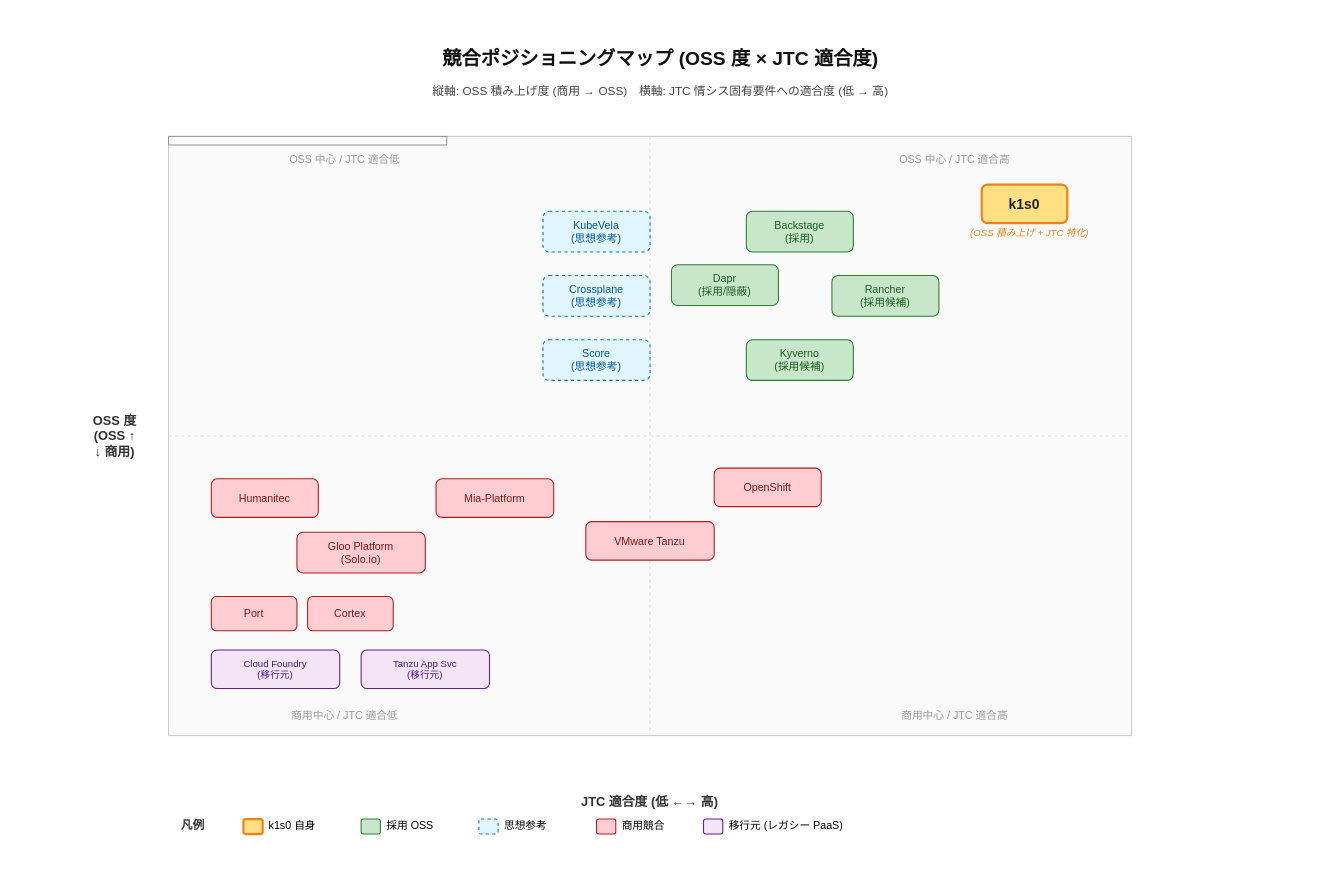
The draw.io diagram docs/01_企画/02_競合と差別化/img/競合ポジショニングマップ.drawio in RyuheiKiso/k1s0, before the edit. Source tidied: cells renumbered, new cells numbered last; positions are measured from the earlier drawing's top-left corner, leaving out a move shared by most shapes. Both pictures are drawn from the tidied source at 107%, with x=0, y=0 at pixel (18, 18).
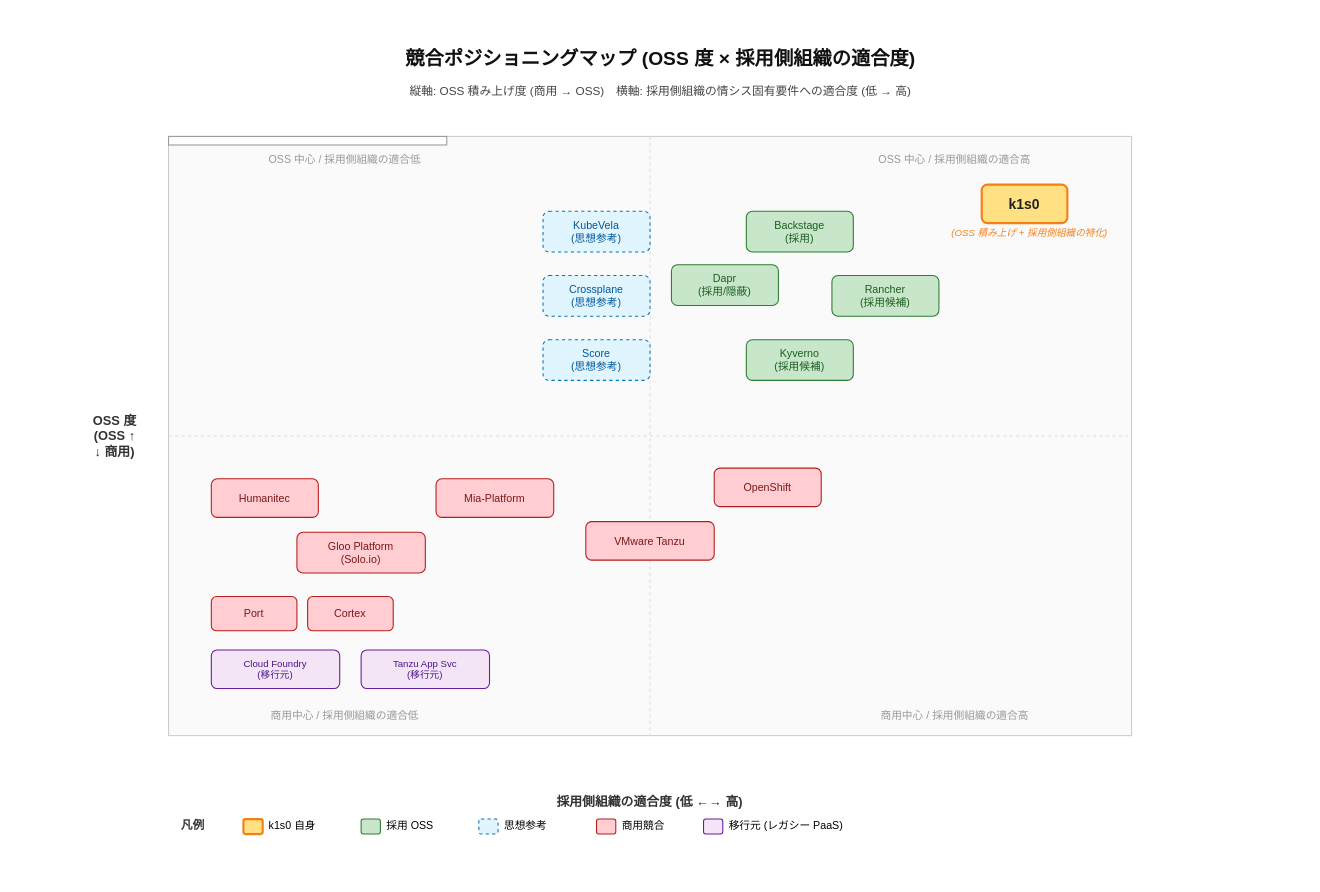
After the change.

What changed in the source:
```diff
@@
-    <mxCell id="3" value="競合ポジショニングマップ (OSS 度 × JTC 適合度)" style="text;html=1;strokeColor=none;fillColor=none;align=center;verticalAlign=middle;whiteSpace=wrap;rounded=0;fontSize=18;fontStyle=1;fontColor=#111111;" parent="1" vertex="1">
+    <mxCell id="3" value="競合ポジショニングマップ (OSS 度 × 採用側組織の適合度)" style="text;html=1;strokeColor=none;fillColor=none;align=center;verticalAlign=middle;whiteSpace=wrap;rounded=0;fontSize=18;fontStyle=1;fontColor=#111111;" parent="1" vertex="1">
       <mxGeometry x="200" y="20" width="800" height="36" as="geometry" />
     </mxCell>
-    <mxCell id="4" value="縦軸: OSS 積み上げ度 (商用 → OSS)　横軸: JTC 情シス固有要件への適合度 (低 → 高)" style="text;html=1;strokeColor=none;fillColor=none;align=center;verticalAlign=middle;whiteSpace=wrap;rounded=0;fontSize=11;fontColor=#444444;" parent="1" vertex="1">
+    <mxCell id="4" value="縦軸: OSS 積み上げ度 (商用 → OSS)　横軸: 採用側組織の情シス固有要件への適合度 (低 → 高)" style="text;html=1;strokeColor=none;fillColor=none;align=center;verticalAlign=middle;whiteSpace=wrap;rounded=0;fontSize=11;fontColor=#444444;" parent="1" vertex="1">
       <mxGeometry x="150" y="56" width="900" height="24" as="geometry" />
     </mxCell>
@@
-    <mxCell id="8" value="OSS 中心 / JTC 適合高" style="text;html=1;strokeColor=none;fillColor=none;align=center;verticalAlign=middle;whiteSpace=wrap;rounded=0;fontSize=10;fontColor=#999999;" parent="1" vertex="1">
+    <mxCell id="8" value="OSS 中心 / 採用側組織の適合高" style="text;html=1;strokeColor=none;fillColor=none;align=center;verticalAlign=middle;whiteSpace=wrap;rounded=0;fontSize=10;fontColor=#999999;" parent="1" vertex="1">
       <mxGeometry x="760" y="120" width="230" height="22" as="geometry" />
     </mxCell>
-    <mxCell id="9" value="OSS 中心 / JTC 適合低" style="text;html=1;strokeColor=none;fillColor=none;align=center;verticalAlign=middle;whiteSpace=wrap;rounded=0;fontSize=10;fontColor=#999999;" parent="1" vertex="1">
+    <mxCell id="9" value="OSS 中心 / 採用側組織の適合低" style="text;html=1;strokeColor=none;fillColor=none;align=center;verticalAlign=middle;whiteSpace=wrap;rounded=0;fontSize=10;fontColor=#999999;" parent="1" vertex="1">
       <mxGeometry x="190" y="120" width="230" height="22" as="geometry" />
     </mxCell>
-    <mxCell id="10" value="商用中心 / JTC 適合高" style="text;html=1;strokeColor=none;fillColor=none;align=center;verticalAlign=middle;whiteSpace=wrap;rounded=0;fontSize=10;fontColor=#999999;" parent="1" vertex="1">
+    <mxCell id="10" value="商用中心 / 採用側組織の適合高" style="text;html=1;strokeColor=none;fillColor=none;align=center;verticalAlign=middle;whiteSpace=wrap;rounded=0;fontSize=10;fontColor=#999999;" parent="1" vertex="1">
       <mxGeometry x="760" y="640" width="230" height="22" as="geometry" />
     </mxCell>
-    <mxCell id="11" value="商用中心 / JTC 適合低" style="text;html=1;strokeColor=none;fillColor=none;align=center;verticalAlign=middle;whiteSpace=wrap;rounded=0;fontSize=10;fontColor=#999999;" parent="1" vertex="1">
+    <mxCell id="11" value="商用中心 / 採用側組織の適合低" style="text;html=1;strokeColor=none;fillColor=none;align=center;verticalAlign=middle;whiteSpace=wrap;rounded=0;fontSize=10;fontColor=#999999;" parent="1" vertex="1">
       <mxGeometry x="190" y="640" width="230" height="22" as="geometry" />
     </mxCell>
-    <mxCell id="12" value="JTC 適合度 (低 ←→ 高)" style="text;html=1;strokeColor=none;fillColor=none;align=center;verticalAlign=middle;whiteSpace=wrap;rounded=0;fontSize=12;fontStyle=1;fontColor=#333333;" parent="1" vertex="1">
+    <mxCell id="12" value="採用側組織の適合度 (低 ←→ 高)" style="text;html=1;strokeColor=none;fillColor=none;align=center;verticalAlign=middle;whiteSpace=wrap;rounded=0;fontSize=12;fontStyle=1;fontColor=#333333;" parent="1" vertex="1">
       <mxGeometry x="430" y="720" width="320" height="24" as="geometry" />
     </mxCell>
@@
-    <mxCell id="15" value="(OSS 積み上げ + JTC 特化)" style="text;html=1;strokeColor=none;fillColor=none;align=center;verticalAlign=middle;whiteSpace=wrap;rounded=0;fontSize=9;fontColor=#F57F17;fontStyle=2;" parent="1" vertex="1">
+    <mxCell id="15" value="(OSS 積み上げ + 採用側組織の特化)" style="text;html=1;strokeColor=none;fillColor=none;align=center;verticalAlign=middle;whiteSpace=wrap;rounded=0;fontSize=9;fontColor=#F57F17;fontStyle=2;" parent="1" vertex="1">
       <mxGeometry x="860" y="192" width="170" height="18" as="geometry" />
     </mxCell>
```
